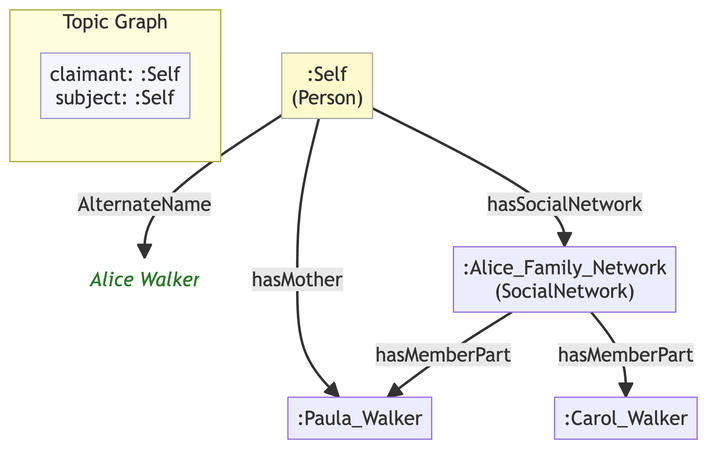
Before: example/graphs/images/graph-21.png, a diagram exported from Mermaid (MeeFoundation/mia-ontologies). Its source is kept beside it as example/graphs/images/graph-21.mmd. The source it was exported from:
```mermaid
flowchart TD
    classDef person fill:#fffacd,stroke:#aaa,color:#333
    classDef grp    fill:#d4edda,stroke:#aaa,color:#333
    classDef org    fill:#cce5ff,stroke:#aaa,color:#333
    classDef lit    fill:none,stroke:none,font-style:italic,color:#2a7a2a
    classDef meta   fill:#f5f5ff,stroke:#9999cc,color:#333

    subgraph ctx["Topic Graph"]
        direction LR
        ctx_meta["claimant: :Self\nsubject: :Self"]:::meta
    end

    n29ddd4160a4b[":Alice_Family_Network\n(SocialNetwork)"]
    nb654756d5ced[":Paula_Walker"]
    ne701b3db8a90[":Carol_Walker"]
    ne0c3ba92f1db[":Self\n(Person)"]:::person
    ne03b8050ad16("Alice Walker"):::lit

    n29ddd4160a4b -->|"hasMemberPart"| nb654756d5ced
    n29ddd4160a4b -->|"hasMemberPart"| ne701b3db8a90
    ne0c3ba92f1db -->|"AlternateName"| ne03b8050ad16
    ne0c3ba92f1db -->|"hasMother"| nb654756d5ced
    ne0c3ba92f1db -->|"hasSocialNetwork"| n29ddd4160a4b
```
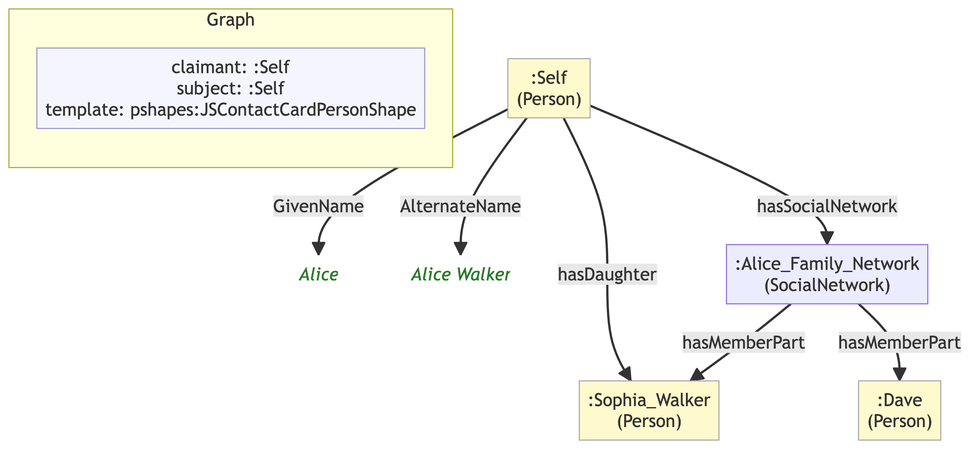
Later version of the same file.

What changed in the source:
```diff
@@ -1,23 +1,24 @@
 flowchart TD
     classDef person fill:#fffacd,stroke:#aaa,color:#333
-    classDef grp    fill:#d4edda,stroke:#aaa,color:#333
     classDef org    fill:#cce5ff,stroke:#aaa,color:#333
     classDef lit    fill:none,stroke:none,font-style:italic,color:#2a7a2a
     classDef meta   fill:#f5f5ff,stroke:#9999cc,color:#333
 
-    subgraph ctx["Topic Graph"]
+    subgraph ctx["Graph"]
         direction LR
-        ctx_meta["claimant: :Self\nsubject: :Self"]:::meta
+        ctx_meta["claimant: :Self\nsubject: :Self\ntemplate: pshapes:JSContactCardPersonShape"]:::meta
     end
 
     n29ddd4160a4b[":Alice_Family_Network\n(SocialNetwork)"]
-    nb654756d5ced[":Paula_Walker"]
-    ne701b3db8a90[":Carol_Walker"]
+    n2862909bb09a[":Sophia_Walker\n(Person)"]:::person
+    n1c28f5f47932[":Dave\n(Person)"]:::person
     ne0c3ba92f1db[":Self\n(Person)"]:::person
-    ne03b8050ad16("Alice Walker"):::lit
+    n8c081226ffaa("Alice"):::lit
+    n1162704a6f51("Alice Walker"):::lit
 
-    n29ddd4160a4b -->|"hasMemberPart"| nb654756d5ced
-    n29ddd4160a4b -->|"hasMemberPart"| ne701b3db8a90
-    ne0c3ba92f1db -->|"AlternateName"| ne03b8050ad16
-    ne0c3ba92f1db -->|"hasMother"| nb654756d5ced
+    n29ddd4160a4b -->|"hasMemberPart"| n2862909bb09a
+    n29ddd4160a4b -->|"hasMemberPart"| n1c28f5f47932
+    ne0c3ba92f1db -->|"GivenName"| n8c081226ffaa
+    ne0c3ba92f1db -->|"AlternateName"| n1162704a6f51
+    ne0c3ba92f1db -->|"hasDaughter"| n2862909bb09a
     ne0c3ba92f1db -->|"hasSocialNetwork"| n29ddd4160a4b
```
